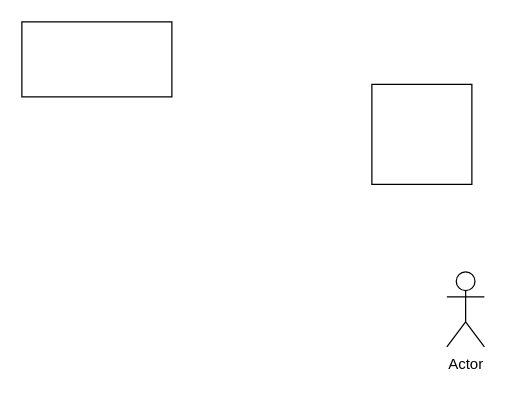
The draw.io diagram Multi-User-Collab.drawio in kristiandFrance/Characters-Enter-One-Leaves, before the edit. Source tidied: cells renumbered, new cells numbered last; positions are measured from the earlier drawing's top-left corner, leaving out a move shared by most shapes. Both pictures are drawn from the tidied source at 125%, with x=0, y=0 at pixel (21, 21).
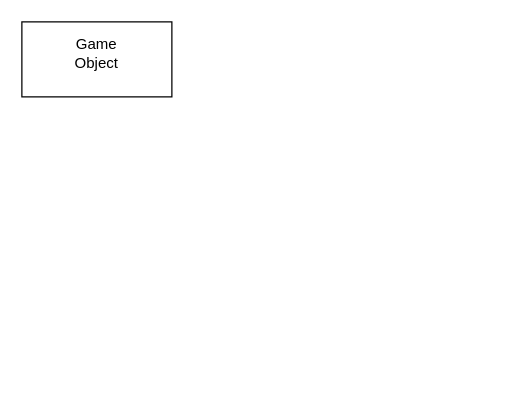
The same page after the edit.

Diff of the diagram source:
```diff
@@
 <mxGraphModel>
   <root>
     <mxCell id="0" />
     <mxCell id="1" parent="0" />
-    <mxCell id="2" style="whiteSpace=wrap;html=1;" parent="1" vertex="1">
-      <mxGeometry x="280" y="50" width="80" height="80" as="geometry" />
-    </mxCell>
     <mxCell id="3" style="rounded=0;whiteSpace=wrap;html=1;" parent="1" vertex="1">
       <mxGeometry width="120" height="60" as="geometry" />
     </mxCell>
-    <mxCell id="4" value="Actor" style="shape=umlActor;verticalLabelPosition=bottom;verticalAlign=top;html=1;" parent="1" vertex="1">
-      <mxGeometry x="340" y="200" width="30" height="60" as="geometry" />
-    </mxCell>
+    <mxCell id="5" value="Game Object" style="text;html=1;strokeColor=none;fillColor=none;align=center;verticalAlign=middle;whiteSpace=wrap;rounded=0;" parent="1" vertex="1">
+      <mxGeometry x="30" y="10" width="60" height="30" as="geometry" />
+    </mxCell>
   </root>
 </mxGraphModel>
```
